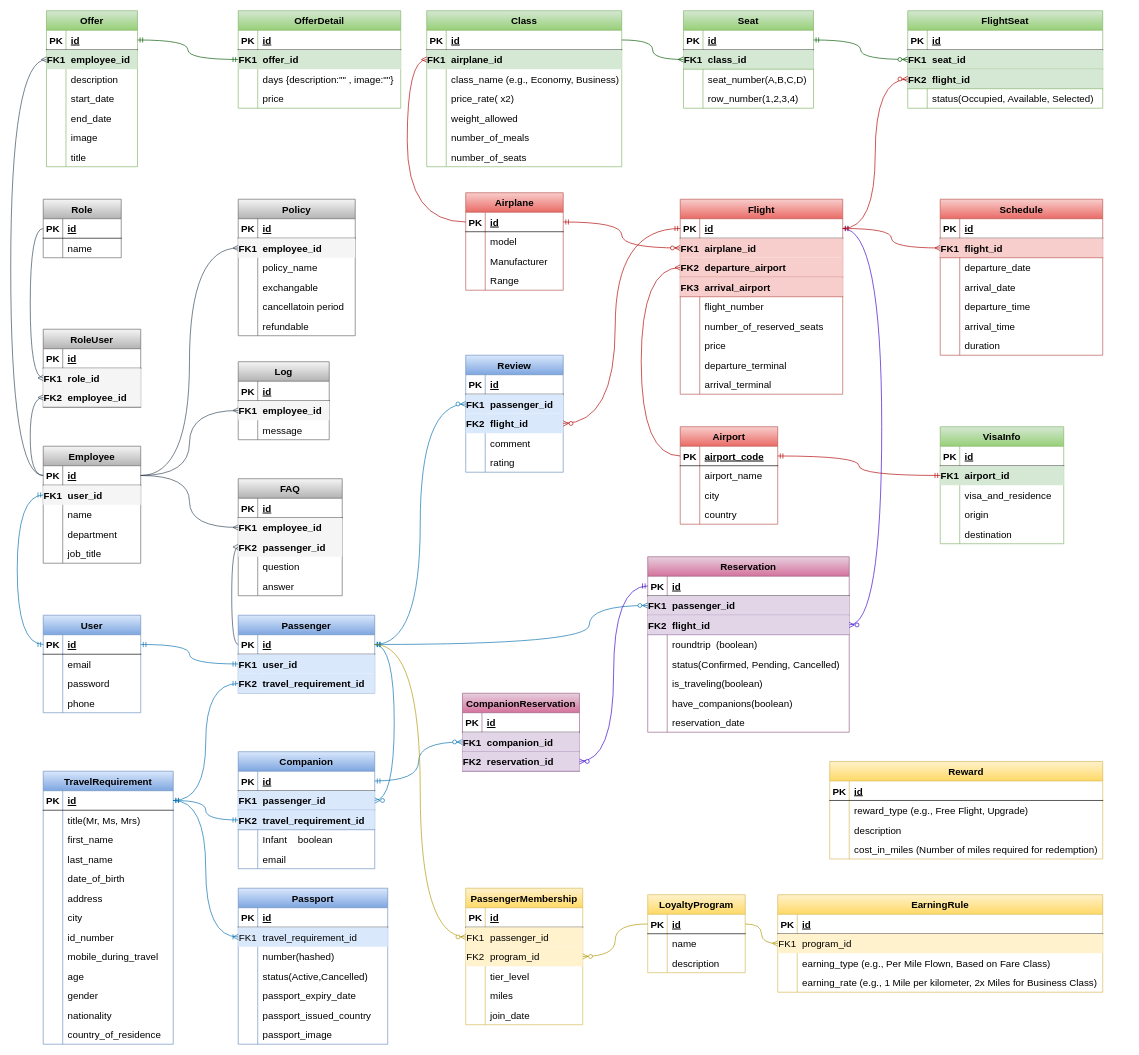
The draw.io diagram CWDiagrams/Design/ERD.drawio in WalidBabi/chamwings, before the edit. Source tidied: cells renumbered, new cells numbered last; positions are measured from the earlier drawing's top-left corner, leaving out a move shared by most shapes. Both pictures are drawn from the tidied source at 65%, with x=0, y=0 at pixel (10, 10).
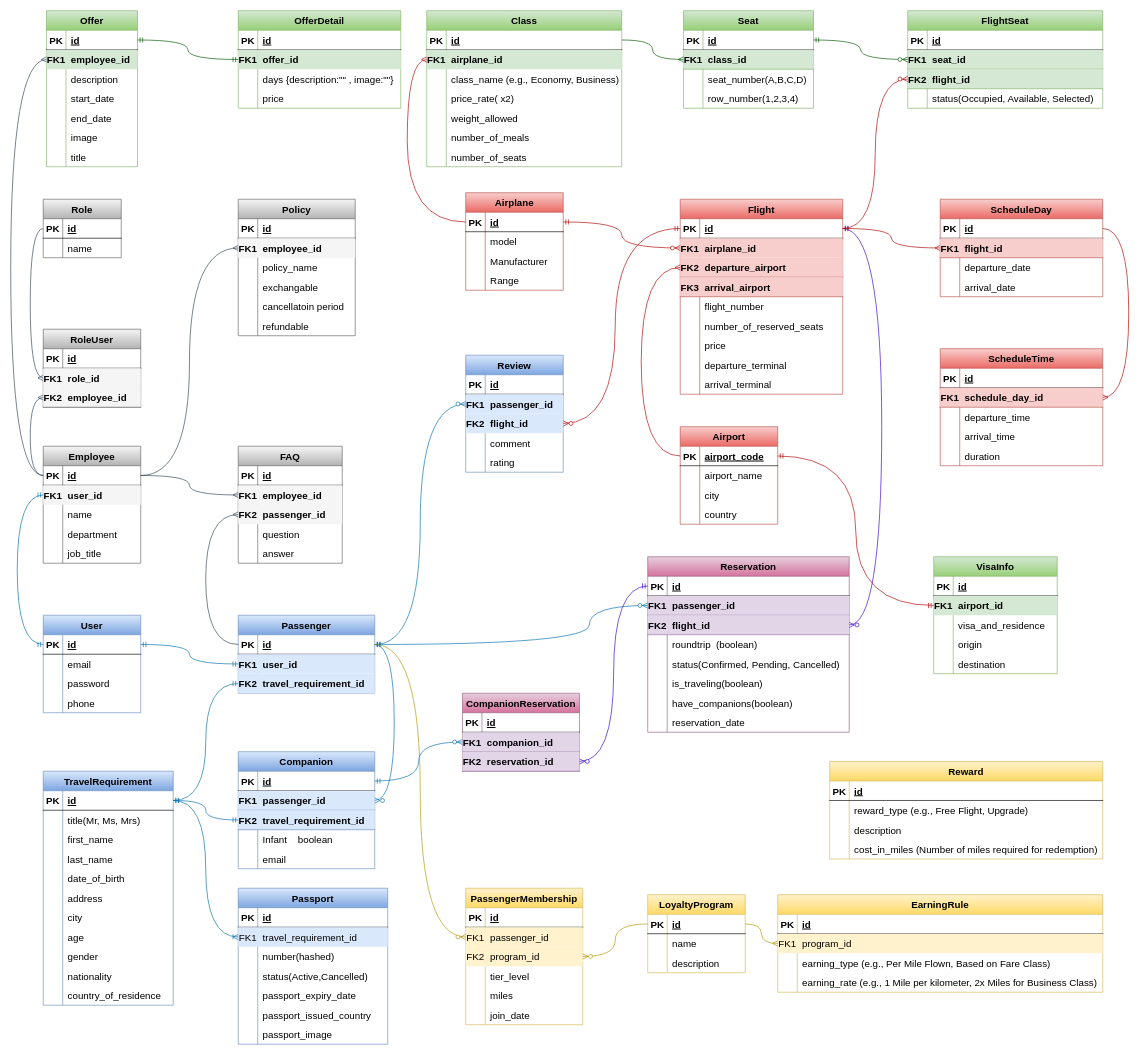
The same page after the edit.

Unchanged cells that the change refers to:
```xml
<mxCell id="120" style="shape=partialRectangle;fillColor=none;points=[[0,0.5],[1,0.5]];portConstraint=eastwest;top=0;left=0;right=0;bottom=1;fontSize=15;" parent="119" vertex="1">
  <mxGeometry y="30" width="150" height="30" as="geometry" />
</mxCell>
<mxCell id="174" style="shape=partialRectangle;fillColor=none;points=[[0,0.5],[1,0.5]];portConstraint=eastwest;top=0;left=0;right=0;bottom=1;fontSize=15;" parent="173" vertex="1">
  <mxGeometry y="30" width="210" height="30" as="geometry" />
</mxCell>
<mxCell id="347" style="shape=partialRectangle;fillColor=#f5f5f5;points=[[0,0.5],[1,0.5]];portConstraint=eastwest;top=0;left=0;right=0;bottom=0;fontStyle=1;strokeColor=#666666;fontColor=#333333;fontSize=15;" parent="340" vertex="1">
  <mxGeometry y="90" width="160" height="30" as="geometry" />
</mxCell>
<mxCell id="390" style="shape=partialRectangle;fillColor=none;points=[[0,0.5],[1,0.5]];portConstraint=eastwest;top=0;left=0;right=0;bottom=1;fontSize=15;" parent="389" vertex="1">
  <mxGeometry y="30" width="250" height="30" as="geometry" />
</mxCell>
```

What changed in the source:
```diff
@@
     <mxCell id="184" value="VisaInfo" style="shape=table;startSize=30;childLayout=tableLayout;rowLines=0;fontStyle=1;align=center;fillColor=#d5e8d4;gradientColor=#97d077;strokeColor=#82b366;fontSize=15;" parent="1" vertex="1">
-      <mxGeometry x="1430" y="640" width="190" height="180" as="geometry" />
+      <mxGeometry x="1420" y="840" width="190" height="180" as="geometry" />
     </mxCell>
@@
-    <mxCell id="248" value="Log" style="shape=table;startSize=30;childLayout=tableLayout;rowLines=0;fontStyle=1;align=center;fillColor=#f5f5f5;gradientColor=#b3b3b3;strokeColor=#666666;fontSize=15;" parent="1" vertex="1">
-      <mxGeometry x="350" y="540" width="140" height="120" as="geometry" />
-    </mxCell>
-    <mxCell id="249" style="shape=partialRectangle;fillColor=none;top=0;left=0;right=0;bottom=1;fontSize=15;" parent="248" vertex="1">
-      <mxGeometry y="30" width="140" height="30" as="geometry" />
-    </mxCell>
-    <mxCell id="250" value="PK" style="shape=partialRectangle;overflow=hidden;fillColor=none;top=0;left=0;bottom=0;right=0;fontStyle=1;fontSize=15;" parent="249" vertex="1">
-      <mxGeometry width="30" height="30" as="geometry" />
-    </mxCell>
-    <mxCell id="251" value="id" style="shape=partialRectangle;overflow=hidden;fillColor=none;top=0;left=0;bottom=0;right=0;align=left;spacingLeft=6;fontStyle=5;fontSize=15;" parent="249" vertex="1">
-      <mxGeometry x="30" width="110" height="30" as="geometry" />
-    </mxCell>
-    <mxCell id="252" style="shape=partialRectangle;fillColor=#f5f5f5;points=[[0,0.5],[1,0.5]];portConstraint=eastwest;top=0;left=0;right=0;bottom=0;fontSize=15;fontColor=#333333;strokeColor=#666666;" parent="248" vertex="1">
-      <mxGeometry y="60" width="140" height="30" as="geometry" />
-    </mxCell>
-    <mxCell id="253" value="FK1" style="shape=partialRectangle;overflow=hidden;fillColor=none;top=0;left=0;bottom=0;right=0;fontSize=15;fontStyle=1;" parent="252" vertex="1">
-      <mxGeometry width="30" height="30" as="geometry" />
-    </mxCell>
-    <mxCell id="254" value="employee_id" style="shape=partialRectangle;overflow=hidden;fillColor=none;top=0;left=0;bottom=0;right=0;align=left;spacingLeft=6;fontSize=15;fontStyle=1;" parent="252" vertex="1">
-      <mxGeometry x="30" width="110" height="30" as="geometry" />
-    </mxCell>
-    <mxCell id="255" style="shape=partialRectangle;fillColor=none;top=0;left=0;right=0;bottom=0;fontSize=15;" parent="248" vertex="1">
-      <mxGeometry y="90" width="140" height="30" as="geometry" />
-    </mxCell>
-    <mxCell id="256" style="shape=partialRectangle;overflow=hidden;fillColor=none;top=0;left=0;bottom=0;right=0;fontSize=15;" parent="255" vertex="1">
-      <mxGeometry width="30" height="30" as="geometry" />
-    </mxCell>
-    <mxCell id="257" value="message" style="shape=partialRectangle;overflow=hidden;fillColor=none;top=0;left=0;bottom=0;right=0;align=left;spacingLeft=6;fontSize=15;" parent="255" vertex="1">
-      <mxGeometry x="30" width="110" height="30" as="geometry" />
-    </mxCell>
-    <mxCell id="258" style="fontSize=15;html=1;endArrow=ERmany;rounded=0;strokeColor=#314354;fontColor=#5AA9E6;fillColor=#647687;exitX=1;exitY=0.5;exitDx=0;exitDy=0;entryX=0;entryY=0.5;entryDx=0;entryDy=0;edgeStyle=orthogonalEdgeStyle;curved=1;" parent="1" edge="1" source="120" target="252">
-      <mxGeometry relative="1" as="geometry" />
-    </mxCell>
@@
     <mxCell id="298" value="TravelRequirement" style="shape=table;startSize=30;childLayout=tableLayout;rowLines=0;fontStyle=1;align=center;fillColor=#dae8fc;gradientColor=#7ea6e0;strokeColor=#6c8ebf;fontSize=15;" parent="1" vertex="1">
-      <mxGeometry x="50" y="1170" width="200" height="420" as="geometry" />
+      <mxGeometry x="50" y="1170" width="200" height="360" as="geometry" />
     </mxCell>
@@
-    <mxCell id="320" style="shape=partialRectangle;fillColor=none;top=0;left=0;right=0;bottom=0;fontSize=15;" parent="298" vertex="1">
-      <mxGeometry y="240" width="200" height="30" as="geometry" />
-    </mxCell>
-    <mxCell id="321" style="shape=partialRectangle;overflow=hidden;fillColor=none;top=0;left=0;bottom=0;right=0;fontSize=15;" parent="320" vertex="1">
-      <mxGeometry width="30" height="30" as="geometry" />
-    </mxCell>
-    <mxCell id="322" value="id_number" style="shape=partialRectangle;overflow=hidden;fillColor=none;top=0;left=0;bottom=0;right=0;align=left;spacingLeft=6;fontSize=15;" parent="320" vertex="1">
-      <mxGeometry x="30" width="170" height="30" as="geometry" />
-    </mxCell>
-    <mxCell id="323" style="shape=partialRectangle;fillColor=none;top=0;left=0;right=0;bottom=0;fontSize=15;" parent="298" vertex="1">
-      <mxGeometry y="270" width="200" height="30" as="geometry" />
-    </mxCell>
-    <mxCell id="324" style="shape=partialRectangle;overflow=hidden;fillColor=none;top=0;left=0;bottom=0;right=0;fontSize=15;" parent="323" vertex="1">
-      <mxGeometry width="30" height="30" as="geometry" />
-    </mxCell>
-    <mxCell id="325" value="mobile_during_travel" style="shape=partialRectangle;overflow=hidden;fillColor=none;top=0;left=0;bottom=0;right=0;align=left;spacingLeft=6;fontSize=15;" parent="323" vertex="1">
-      <mxGeometry x="30" width="170" height="30" as="geometry" />
-    </mxCell>
     <mxCell id="326" style="shape=partialRectangle;fillColor=none;top=0;left=0;right=0;bottom=0;fontSize=15;" parent="298" vertex="1">
-      <mxGeometry y="300" width="200" height="30" as="geometry" />
+      <mxGeometry y="240" width="200" height="30" as="geometry" />
     </mxCell>
@@
     <mxCell id="329" style="shape=partialRectangle;fillColor=none;top=0;left=0;right=0;bottom=0;fontSize=15;" parent="298" vertex="1">
-      <mxGeometry y="330" width="200" height="30" as="geometry" />
+      <mxGeometry y="270" width="200" height="30" as="geometry" />
     </mxCell>
@@
     <mxCell id="332" style="shape=partialRectangle;fillColor=none;top=0;left=0;right=0;bottom=0;fontSize=15;" parent="298" vertex="1">
-      <mxGeometry y="360" width="200" height="30" as="geometry" />
+      <mxGeometry y="300" width="200" height="30" as="geometry" />
     </mxCell>
@@
     <mxCell id="335" style="shape=partialRectangle;fillColor=none;top=0;left=0;right=0;bottom=0;fontSize=15;" parent="298" vertex="1">
-      <mxGeometry y="390" width="200" height="30" as="geometry" />
+      <mxGeometry y="330" width="200" height="30" as="geometry" />
     </mxCell>
@@
     <mxCell id="340" value="FAQ" style="shape=table;startSize=30;childLayout=tableLayout;rowLines=0;fontStyle=1;align=center;fillColor=#f5f5f5;gradientColor=#b3b3b3;strokeColor=#666666;fontSize=15;" parent="1" vertex="1">
-      <mxGeometry x="350" y="720" width="160" height="180" as="geometry" />
+      <mxGeometry x="350" y="670" width="160" height="180" as="geometry" />
     </mxCell>
@@
     <mxCell id="357" style="fontSize=15;html=1;endArrow=ERmany;rounded=0;strokeColor=#314354;fontColor=#5AA9E6;fillColor=#647687;exitX=0;exitY=0.5;exitDx=0;exitDy=0;entryX=0;entryY=0.5;entryDx=0;entryDy=0;edgeStyle=orthogonalEdgeStyle;curved=1;" parent="1" edge="1" source="174" target="347">
-      <mxGeometry relative="1" as="geometry" />
+      <mxGeometry relative="1" as="geometry">
+        <Array as="points">
+          <mxPoint x="300" y="975" />
+          <mxPoint x="300" y="775" />
+        </Array>
+      </mxGeometry>
     </mxCell>
@@
-    <mxCell id="389" value="Schedule" style="shape=table;startSize=30;childLayout=tableLayout;rowLines=0;fontStyle=1;align=center;fillColor=#f8cecc;gradientColor=#ea6b66;strokeColor=#b85450;fontSize=15;" parent="1" vertex="1">
-      <mxGeometry x="1430" y="290" width="250" height="240" as="geometry" />
+    <mxCell id="389" value="ScheduleDay" style="shape=table;startSize=30;childLayout=tableLayout;rowLines=0;fontStyle=1;align=center;fillColor=#f8cecc;gradientColor=#ea6b66;strokeColor=#b85450;fontSize=15;" parent="1" vertex="1">
+      <mxGeometry x="1430" y="290" width="250" height="150" as="geometry" />
     </mxCell>
@@
-    <mxCell id="402" style="shape=partialRectangle;fillColor=none;top=0;left=0;right=0;bottom=0;fontSize=15;" parent="389" vertex="1">
-      <mxGeometry y="150" width="250" height="30" as="geometry" />
-    </mxCell>
-    <mxCell id="403" style="shape=partialRectangle;overflow=hidden;fillColor=none;top=0;left=0;bottom=0;right=0;fontSize=15;" parent="402" vertex="1">
-      <mxGeometry width="30" height="30" as="geometry" />
-    </mxCell>
-    <mxCell id="404" value="departure_time" style="shape=partialRectangle;overflow=hidden;fillColor=none;top=0;left=0;bottom=0;right=0;align=left;spacingLeft=6;fontSize=15;" parent="402" vertex="1">
-      <mxGeometry x="30" width="220" height="30" as="geometry" />
-    </mxCell>
-    <mxCell id="405" style="shape=partialRectangle;fillColor=none;top=0;left=0;right=0;bottom=0;fontSize=15;" parent="389" vertex="1">
-      <mxGeometry y="180" width="250" height="30" as="geometry" />
-    </mxCell>
-    <mxCell id="406" style="shape=partialRectangle;overflow=hidden;fillColor=none;top=0;left=0;bottom=0;right=0;fontSize=15;" parent="405" vertex="1">
-      <mxGeometry width="30" height="30" as="geometry" />
-    </mxCell>
-    <mxCell id="407" value="arrival_time" style="shape=partialRectangle;overflow=hidden;fillColor=none;top=0;left=0;bottom=0;right=0;align=left;spacingLeft=6;fontSize=15;" parent="405" vertex="1">
-      <mxGeometry x="30" width="220" height="30" as="geometry" />
-    </mxCell>
-    <mxCell id="408" style="shape=partialRectangle;fillColor=none;top=0;left=0;right=0;bottom=0;fontSize=15;" parent="389" vertex="1">
-      <mxGeometry y="210" width="250" height="30" as="geometry" />
-    </mxCell>
-    <mxCell id="409" style="shape=partialRectangle;overflow=hidden;fillColor=none;top=0;left=0;bottom=0;right=0;fontSize=15;" parent="408" vertex="1">
-      <mxGeometry width="30" height="30" as="geometry" />
-    </mxCell>
-    <mxCell id="410" value="duration" style="shape=partialRectangle;overflow=hidden;fillColor=none;top=0;left=0;bottom=0;right=0;align=left;spacingLeft=6;fontSize=15;" parent="408" vertex="1">
-      <mxGeometry x="30" width="220" height="30" as="geometry" />
-    </mxCell>
@@
+    <mxCell id="493" value="ScheduleTime" style="shape=table;startSize=30;childLayout=tableLayout;rowLines=0;fontStyle=1;align=center;fillColor=#f8cecc;gradientColor=#ea6b66;strokeColor=#b85450;fontSize=15;" parent="1" vertex="1">
+      <mxGeometry x="1430" y="520" width="250" height="180" as="geometry" />
+    </mxCell>
+    <mxCell id="494" style="shape=partialRectangle;fillColor=none;top=0;left=0;right=0;bottom=1;fontSize=15;" parent="493" vertex="1">
+      <mxGeometry y="30" width="250" height="30" as="geometry" />
+    </mxCell>
+    <mxCell id="250" value="PK" style="shape=partialRectangle;overflow=hidden;fillColor=none;top=0;left=0;bottom=0;right=0;fontStyle=1;fontSize=15;" parent="494" vertex="1">
+      <mxGeometry width="30" height="30" as="geometry" />
+    </mxCell>
+    <mxCell id="251" value="id" style="shape=partialRectangle;overflow=hidden;fillColor=none;top=0;left=0;bottom=0;right=0;align=left;spacingLeft=6;fontStyle=5;fontSize=15;" parent="494" vertex="1">
+      <mxGeometry x="30" width="220" height="30" as="geometry" />
+    </mxCell>
+    <mxCell id="495" style="shape=partialRectangle;fillColor=#f8cecc;points=[[0,0.5],[1,0.5]];portConstraint=eastwest;top=0;left=0;right=0;bottom=1;strokeColor=#b85450;fontSize=15;" parent="493" vertex="1">
+      <mxGeometry y="60" width="250" height="30" as="geometry" />
+    </mxCell>
+    <mxCell id="253" value="FK1" style="shape=partialRectangle;overflow=hidden;fillColor=none;top=0;left=0;bottom=0;right=0;fontStyle=1;fontSize=15;" parent="495" vertex="1">
+      <mxGeometry width="30" height="30" as="geometry" />
+    </mxCell>
+    <mxCell id="496" value="schedule_day_id" style="shape=partialRectangle;overflow=hidden;fillColor=none;top=0;left=0;bottom=0;right=0;align=left;spacingLeft=6;fontStyle=1;fontSize=15;" parent="495" vertex="1">
+      <mxGeometry x="30" width="220" height="30" as="geometry" />
+    </mxCell>
+    <mxCell id="497" style="shape=partialRectangle;fillColor=none;top=0;left=0;right=0;bottom=0;fontSize=15;" parent="493" vertex="1">
+      <mxGeometry y="90" width="250" height="30" as="geometry" />
+    </mxCell>
+    <mxCell id="498" style="shape=partialRectangle;overflow=hidden;fillColor=none;top=0;left=0;bottom=0;right=0;fontSize=15;" parent="497" vertex="1">
+      <mxGeometry width="30" height="30" as="geometry" />
+    </mxCell>
+    <mxCell id="404" value="departure_time" style="shape=partialRectangle;overflow=hidden;fillColor=none;top=0;left=0;bottom=0;right=0;align=left;spacingLeft=6;fontSize=15;" parent="497" vertex="1">
+      <mxGeometry x="30" width="220" height="30" as="geometry" />
+    </mxCell>
+    <mxCell id="499" style="shape=partialRectangle;fillColor=none;top=0;left=0;right=0;bottom=0;fontSize=15;" parent="493" vertex="1">
+      <mxGeometry y="120" width="250" height="30" as="geometry" />
+    </mxCell>
+    <mxCell id="500" style="shape=partialRectangle;overflow=hidden;fillColor=none;top=0;left=0;bottom=0;right=0;fontSize=15;" parent="499" vertex="1">
+      <mxGeometry width="30" height="30" as="geometry" />
+    </mxCell>
+    <mxCell id="407" value="arrival_time" style="shape=partialRectangle;overflow=hidden;fillColor=none;top=0;left=0;bottom=0;right=0;align=left;spacingLeft=6;fontSize=15;" parent="499" vertex="1">
+      <mxGeometry x="30" width="220" height="30" as="geometry" />
+    </mxCell>
+    <mxCell id="402" style="shape=partialRectangle;fillColor=none;top=0;left=0;right=0;bottom=0;fontSize=15;" parent="493" vertex="1">
+      <mxGeometry y="150" width="250" height="30" as="geometry" />
+    </mxCell>
+    <mxCell id="501" style="shape=partialRectangle;overflow=hidden;fillColor=none;top=0;left=0;bottom=0;right=0;fontSize=15;" parent="402" vertex="1">
+      <mxGeometry width="30" height="30" as="geometry" />
+    </mxCell>
+    <mxCell id="410" value="duration" style="shape=partialRectangle;overflow=hidden;fillColor=none;top=0;left=0;bottom=0;right=0;align=left;spacingLeft=6;fontSize=15;" parent="402" vertex="1">
+      <mxGeometry x="30" width="220" height="30" as="geometry" />
+    </mxCell>
+    <mxCell id="502" style="fontSize=12;html=1;endArrow=ERmany;rounded=0;elbow=vertical;exitX=1;exitY=0.5;exitDx=0;exitDy=0;entryX=1;entryY=0.5;entryDx=0;entryDy=0;fillColor=#e51400;strokeColor=#B20000;edgeStyle=orthogonalEdgeStyle;curved=1;" parent="1" edge="1" source="390" target="495">
+      <mxGeometry relative="1" as="geometry">
+        <Array as="points">
+          <mxPoint x="1720" y="335" />
+          <mxPoint x="1720" y="595" />
+        </Array>
+      </mxGeometry>
+    </mxCell>
```
